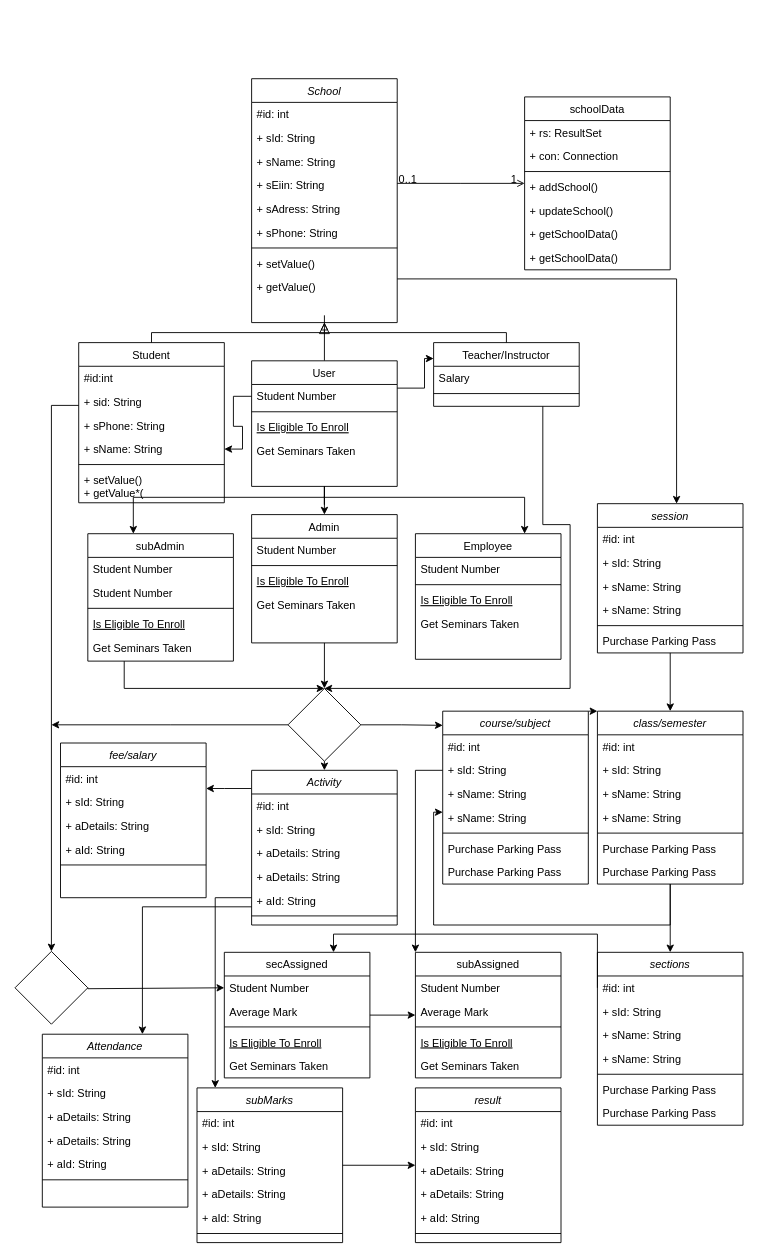
Before: Untitled Diagram.drawio in mffoysal/git-github, a draw.io diagram. Source tidied: cells renumbered, new cells numbered last; positions are measured from the earlier drawing's top-left corner, leaving out a move shared by most shapes. Both pictures are drawn from the tidied source at 91%, with x=0, y=0 at pixel (15, 78).
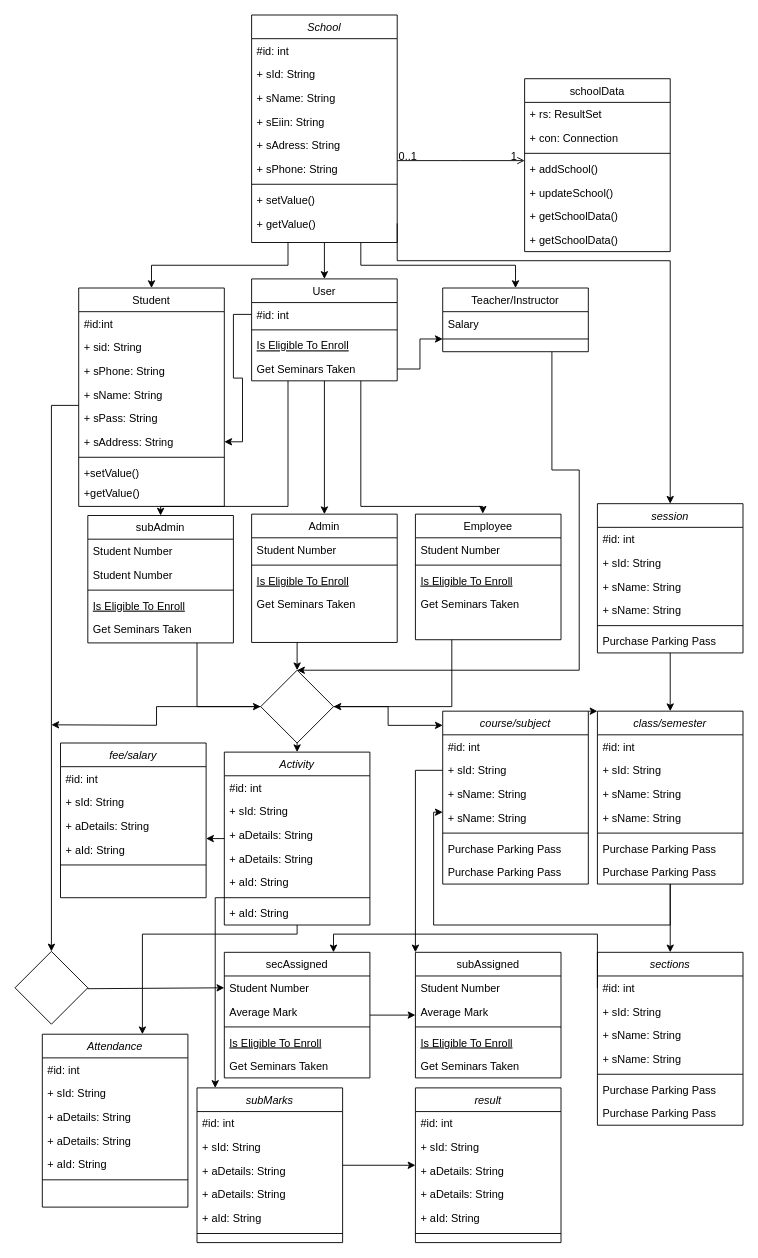
The same page after the edit.

Unchanged cells that the change refers to:
```xml
<mxCell id="12" value="+ getValue()" style="text;align=left;verticalAlign=top;spacingLeft=4;spacingRight=4;overflow=hidden;points=[[0,0.5],[1,0.5]];portConstraint=eastwest;" parent="3" vertex="1">
  <mxGeometry y="216" width="160" height="26" as="geometry" />
</mxCell>
<mxCell id="25" style="line;html=1;strokeWidth=1;align=left;verticalAlign=middle;spacingTop=-1;spacingLeft=3;spacingRight=3;labelPosition=right;points=[];portConstraint=eastwest;" parent="23" vertex="1">
  <mxGeometry y="52" width="160" height="8" as="geometry" />
</mxCell>
<mxCell id="47" value="Get Seminars Taken" style="text;align=left;verticalAlign=top;spacingLeft=4;spacingRight=4;overflow=hidden;points=[[0,0.5],[1,0.5]];portConstraint=eastwest;" parent="43" vertex="1">
  <mxGeometry y="86" width="160" height="26" as="geometry" />
</mxCell>
<mxCell id="68" value="session" style="swimlane;fontStyle=2;align=center;verticalAlign=top;horizontal=1;startSize=26;rounded=0;shadow=0;strokeWidth=1;" parent="1" vertex="1">
  <mxGeometry x="640" y="467" width="160" height="164" as="geometry" />
</mxCell>
<mxCell id="139" value="Attendance" style="swimlane;fontStyle=2;align=center;verticalAlign=top;horizontal=1;startSize=26;rounded=0;shadow=0;strokeWidth=1;" parent="1" vertex="1">
  <mxGeometry x="30" y="1050" width="160" height="190" as="geometry" />
</mxCell>
```

The edit, as a diff of the source:
```diff
@@
-    <mxCell id="2" style="edgeStyle=orthogonalEdgeStyle;rounded=0;jettySize=auto;html=1;" parent="1" edge="1" source="3" target="68">
-      <mxGeometry relative="1" as="geometry">
-        <Array as="points">
-          <mxPoint x="727" y="220" />
-        </Array>
-      </mxGeometry>
-    </mxCell>
+    <mxCell id="162" style="edgeStyle=orthogonalEdgeStyle;rounded=0;jettySize=auto;html=1;exitX=0.5;exitY=1;exitDx=0;exitDy=0;entryX=0.5;entryY=0;entryDx=0;entryDy=0;" parent="1" edge="1" source="3" target="43">
+      <mxGeometry relative="1" as="geometry" />
+    </mxCell>
+    <mxCell id="163" style="edgeStyle=orthogonalEdgeStyle;rounded=0;jettySize=auto;html=1;exitX=0.75;exitY=1;exitDx=0;exitDy=0;entryX=0.5;entryY=0;entryDx=0;entryDy=0;" parent="1" edge="1" source="3" target="23">
+      <mxGeometry relative="1" as="geometry" />
+    </mxCell>
+    <mxCell id="164" style="edgeStyle=orthogonalEdgeStyle;rounded=0;jettySize=auto;html=1;exitX=0.25;exitY=1;exitDx=0;exitDy=0;entryX=0.5;entryY=0;entryDx=0;entryDy=0;" parent="1" edge="1" source="3" target="14">
+      <mxGeometry relative="1" as="geometry" />
+    </mxCell>
     <mxCell id="3" value="School" style="swimlane;fontStyle=2;align=center;verticalAlign=top;horizontal=1;startSize=26;rounded=0;shadow=0;strokeWidth=1;" parent="1" vertex="1">
-      <mxGeometry x="260" width="160" height="268" as="geometry" />
+      <mxGeometry x="260" y="-70" width="160" height="250" as="geometry" />
     </mxCell>
@@
     <mxCell id="14" value="Student" style="swimlane;fontStyle=0;align=center;verticalAlign=top;horizontal=1;startSize=26;rounded=0;shadow=0;strokeWidth=1;" parent="1" vertex="1">
-      <mxGeometry x="70" y="290" width="160" height="176" as="geometry" />
+      <mxGeometry x="70" y="230" width="160" height="240" as="geometry" />
     </mxCell>
@@
+    <mxCell id="165" value="+ sName: String" style="text;align=left;verticalAlign=top;spacingLeft=4;spacingRight=4;overflow=hidden;rounded=0;shadow=0;html=0;" parent="14" vertex="1">
+      <mxGeometry y="104" width="160" height="26" as="geometry" />
+    </mxCell>
+    <mxCell id="166" value="+ sPass: String" style="text;align=left;verticalAlign=top;spacingLeft=4;spacingRight=4;overflow=hidden;rounded=0;shadow=0;html=0;" parent="14" vertex="1">
+      <mxGeometry y="130" width="160" height="26" as="geometry" />
+    </mxCell>
-    <mxCell id="18" value="+ sName: String" style="text;align=left;verticalAlign=top;spacingLeft=4;spacingRight=4;overflow=hidden;points=[[0,0.5],[1,0.5]];portConstraint=eastwest;rounded=0;shadow=0;html=0;" parent="14" vertex="1">
-      <mxGeometry y="104" width="160" height="26" as="geometry" />
+    <mxCell id="18" value="+ sAddress: String" style="text;align=left;verticalAlign=top;spacingLeft=4;spacingRight=4;overflow=hidden;points=[[0,0.5],[1,0.5]];portConstraint=eastwest;rounded=0;shadow=0;html=0;" parent="14" vertex="1">
+      <mxGeometry y="156" width="160" height="26" as="geometry" />
     </mxCell>
     <mxCell id="19" style="line;html=1;strokeWidth=1;align=left;verticalAlign=middle;spacingTop=-1;spacingLeft=3;spacingRight=3;labelPosition=right;" parent="14" vertex="1">
-      <mxGeometry y="130" width="160" height="8" as="geometry" />
+      <mxGeometry y="182" width="160" height="8" as="geometry" />
     </mxCell>
+    <mxCell id="167" value="+setValue()" style="text;align=left;verticalAlign=top;spacingLeft=4;spacingRight=4;overflow=hidden;" parent="14" vertex="1">
+      <mxGeometry y="190" width="160" height="22" as="geometry" />
+    </mxCell>
-    <mxCell id="20" value="+ setValue()&#10;+ getValue*(" style="text;align=left;verticalAlign=top;spacingLeft=4;spacingRight=4;overflow=hidden;" parent="14" vertex="1">
-      <mxGeometry y="138" width="160" height="38" as="geometry" />
+    <mxCell id="20" value="+getValue()" style="text;align=left;verticalAlign=top;spacingLeft=4;spacingRight=4;overflow=hidden;" parent="14" vertex="1">
+      <mxGeometry y="212" width="160" height="22" as="geometry" />
     </mxCell>
-    <mxCell id="21" style="endArrow=block;endSize=10;endFill=0;shadow=0;strokeWidth=1;rounded=0;edgeStyle=elbowEdgeStyle;elbow=vertical;" parent="1" edge="1" source="14" target="3">
-      <mxGeometry relative="1" as="geometry" />
-    </mxCell>
     <mxCell id="22" style="edgeStyle=orthogonalEdgeStyle;rounded=0;jettySize=auto;html=1;exitX=0.75;exitY=1;exitDx=0;exitDy=0;entryX=0.5;entryY=0;entryDx=0;entryDy=0;" parent="1" edge="1" source="23" target="132">
       <mxGeometry relative="1" as="geometry">
         <Array as="points">
-          <mxPoint x="580" y="490" />
-          <mxPoint x="610" y="490" />
-          <mxPoint x="610" y="670" />
+          <mxPoint x="590" y="430" />
+          <mxPoint x="620" y="430" />
+          <mxPoint x="620" y="650" />
         </Array>
       </mxGeometry>
     </mxCell>
     <mxCell id="23" value="Teacher/Instructor" style="swimlane;fontStyle=0;align=center;verticalAlign=top;horizontal=1;startSize=26;rounded=0;shadow=0;strokeWidth=1;" parent="1" vertex="1">
-      <mxGeometry x="460" y="290" width="160" height="70" as="geometry" />
+      <mxGeometry x="470" y="230" width="160" height="70" as="geometry" />
     </mxCell>
@@
-    <mxCell id="26" style="endArrow=block;endFill=0;shadow=0;strokeWidth=1;rounded=0;edgeStyle=elbowEdgeStyle;elbow=vertical;" parent="1" edge="1" source="23" target="3">
-      <mxGeometry relative="1" as="geometry" />
-    </mxCell>
     <mxCell id="27" value="schoolData" style="swimlane;fontStyle=0;align=center;verticalAlign=top;horizontal=1;startSize=26;rounded=0;shadow=0;strokeWidth=1;" parent="1" vertex="1">
-      <mxGeometry x="560" y="20" width="160" height="190" as="geometry" />
+      <mxGeometry x="560" width="160" height="190" as="geometry" />
     </mxCell>
@@
-    <mxCell id="38" style="endArrow=none;html=1;rounded=0;" parent="1" edge="1" source="43">
-      <mxGeometry relative="1" as="geometry">
-        <mxPoint x="340" y="260" as="targetPoint" />
-      </mxGeometry>
-    </mxCell>
-    <mxCell id="39" style="endArrow=none;html=1;rounded=0;" parent="1" edge="1" target="43">
-      <mxGeometry relative="1" as="geometry">
-        <mxPoint x="340" y="310" as="sourcePoint" />
-      </mxGeometry>
-    </mxCell>
+    <mxCell id="42" style="edgeStyle=orthogonalEdgeStyle;rounded=0;jettySize=auto;html=1;exitX=0.5;exitY=1;exitDx=0;exitDy=0;entryX=0.5;entryY=0;entryDx=0;entryDy=0;" parent="1" edge="1" source="43" target="61">
+      <mxGeometry relative="1" as="geometry" />
+    </mxCell>
-    <mxCell id="40" style="edgeStyle=orthogonalEdgeStyle;rounded=0;jettySize=auto;html=1;" parent="1" edge="1" source="43" target="48">
+    <mxCell id="40" style="edgeStyle=orthogonalEdgeStyle;rounded=0;jettySize=auto;html=1;exitX=0.75;exitY=1;exitDx=0;exitDy=0;entryX=0.463;entryY=-0.004;entryDx=0;entryDy=0;entryPerimeter=0;" parent="1" edge="1" source="43" target="48">
       <mxGeometry relative="1" as="geometry">
         <Array as="points">
-          <mxPoint x="340" y="460" />
-          <mxPoint x="560" y="460" />
+          <mxPoint x="380" y="470" />
+          <mxPoint x="514" y="470" />
         </Array>
       </mxGeometry>
     </mxCell>
-    <mxCell id="41" style="edgeStyle=orthogonalEdgeStyle;rounded=0;jettySize=auto;html=1;" parent="1" edge="1" source="43" target="54">
+    <mxCell id="41" style="edgeStyle=orthogonalEdgeStyle;rounded=0;jettySize=auto;html=1;exitX=0.25;exitY=1;exitDx=0;exitDy=0;" parent="1" edge="1" source="43" target="54">
       <mxGeometry relative="1" as="geometry">
         <Array as="points">
-          <mxPoint x="340" y="460" />
-          <mxPoint x="130" y="460" />
+          <mxPoint x="300" y="470" />
+          <mxPoint x="160" y="470" />
         </Array>
       </mxGeometry>
     </mxCell>
-    <mxCell id="42" style="edgeStyle=orthogonalEdgeStyle;rounded=0;jettySize=auto;html=1;" parent="1" edge="1" source="43" target="61">
-      <mxGeometry relative="1" as="geometry" />
-    </mxCell>
     <mxCell id="43" value="User" style="swimlane;fontStyle=0;align=center;verticalAlign=top;horizontal=1;startSize=26;rounded=0;shadow=0;strokeWidth=1;" parent="1" vertex="1">
-      <mxGeometry x="260" y="310" width="160" height="138" as="geometry" />
+      <mxGeometry x="260" y="220" width="160" height="112" as="geometry" />
     </mxCell>
-    <mxCell id="44" value="Student Number" style="text;align=left;verticalAlign=top;spacingLeft=4;spacingRight=4;overflow=hidden;points=[[0,0.5],[1,0.5]];portConstraint=eastwest;" parent="43" vertex="1">
+    <mxCell id="44" value="#id: int" style="text;align=left;verticalAlign=top;spacingLeft=4;spacingRight=4;overflow=hidden;points=[[0,0.5],[1,0.5]];portConstraint=eastwest;" parent="43" vertex="1">
       <mxGeometry y="26" width="160" height="26" as="geometry" />
     </mxCell>
@@
+    <mxCell id="168" style="edgeStyle=orthogonalEdgeStyle;rounded=0;jettySize=auto;html=1;exitX=0.25;exitY=1;exitDx=0;exitDy=0;entryX=1;entryY=0.5;entryDx=0;entryDy=0;" parent="1" edge="1" source="48" target="132">
+      <mxGeometry relative="1" as="geometry" />
+    </mxCell>
     <mxCell id="48" value="Employee" style="swimlane;fontStyle=0;align=center;verticalAlign=top;horizontal=1;startSize=26;rounded=0;shadow=0;strokeWidth=1;" parent="1" vertex="1">
-      <mxGeometry x="440" y="500" width="160" height="138" as="geometry" />
+      <mxGeometry x="440" y="478.5" width="160" height="138" as="geometry" />
     </mxCell>
@@
-    <mxCell id="53" style="edgeStyle=orthogonalEdgeStyle;rounded=0;jettySize=auto;html=1;exitX=0.25;exitY=1;exitDx=0;exitDy=0;" parent="1" edge="1" source="54" target="132">
-      <mxGeometry relative="1" as="geometry">
-        <Array as="points">
-          <mxPoint x="120" y="670" />
-        </Array>
-      </mxGeometry>
+    <mxCell id="53" style="edgeStyle=orthogonalEdgeStyle;rounded=0;jettySize=auto;html=1;exitX=0.75;exitY=1;exitDx=0;exitDy=0;entryX=0;entryY=0.5;entryDx=0;entryDy=0;" parent="1" edge="1" source="54" target="132">
+      <mxGeometry relative="1" as="geometry" />
     </mxCell>
     <mxCell id="54" value="subAdmin" style="swimlane;fontStyle=0;align=center;verticalAlign=top;horizontal=1;startSize=26;rounded=0;shadow=0;strokeWidth=1;" parent="1" vertex="1">
-      <mxGeometry x="80" y="500" width="160" height="140" as="geometry" />
+      <mxGeometry x="80" y="480" width="160" height="140" as="geometry" />
     </mxCell>
@@
     <mxCell id="60" style="edgeStyle=orthogonalEdgeStyle;rounded=0;jettySize=auto;html=1;" parent="1" edge="1" source="61" target="132">
-      <mxGeometry relative="1" as="geometry" />
+      <mxGeometry relative="1" as="geometry">
+        <Array as="points">
+          <mxPoint x="310" y="620" />
+          <mxPoint x="310" y="620" />
+        </Array>
+      </mxGeometry>
     </mxCell>
     <mxCell id="61" value="Admin" style="swimlane;fontStyle=0;align=center;verticalAlign=top;horizontal=1;startSize=26;rounded=0;shadow=0;strokeWidth=1;" parent="1" vertex="1">
-      <mxGeometry x="260" y="479" width="160" height="141" as="geometry" />
+      <mxGeometry x="260" y="478.5" width="160" height="141" as="geometry" />
     </mxCell>
@@
-    <mxCell id="66" style="edgeStyle=orthogonalEdgeStyle;rounded=0;jettySize=auto;html=1;entryX=0;entryY=0.25;entryDx=0;entryDy=0;" parent="1" edge="1" source="44" target="23">
-      <mxGeometry relative="1" as="geometry">
-        <Array as="points">
-          <mxPoint x="450" y="340" />
-          <mxPoint x="450" y="308" />
-        </Array>
-      </mxGeometry>
-    </mxCell>
@@
     <mxCell id="103" style="edgeStyle=orthogonalEdgeStyle;rounded=0;jettySize=auto;html=1;" parent="1" edge="1" source="105" target="139">
       <mxGeometry relative="1" as="geometry">
         <Array as="points">
-          <mxPoint x="140" y="910" />
+          <mxPoint x="310" y="940" />
+          <mxPoint x="140" y="940" />
         </Array>
       </mxGeometry>
     </mxCell>
@@
     <mxCell id="105" value="Activity" style="swimlane;fontStyle=2;align=center;verticalAlign=top;horizontal=1;startSize=26;rounded=0;shadow=0;strokeWidth=1;" parent="1" vertex="1">
-      <mxGeometry x="260" y="760" width="160" height="170" as="geometry" />
+      <mxGeometry x="230" y="740" width="160" height="190" as="geometry" />
     </mxCell>
@@
+    <mxCell id="169" value="+ aId: String" style="text;align=left;verticalAlign=top;spacingLeft=4;spacingRight=4;overflow=hidden;rounded=0;shadow=0;html=0;" parent="105" vertex="1">
+      <mxGeometry y="164" width="160" height="26" as="geometry" />
+    </mxCell>
@@
     <mxCell id="132" style="rhombus;whiteSpace=wrap;html=1;verticalAlign=top;fontStyle=0;startSize=26;rounded=0;shadow=0;strokeWidth=1;" parent="1" vertex="1">
-      <mxGeometry x="300" y="670" width="80" height="80" as="geometry" />
+      <mxGeometry x="270" y="650" width="80" height="80" as="geometry" />
     </mxCell>
@@
+    <mxCell id="170" style="edgeStyle=orthogonalEdgeStyle;rounded=0;jettySize=auto;html=1;exitX=1;exitY=0.5;exitDx=0;exitDy=0;entryX=0.5;entryY=0;entryDx=0;entryDy=0;" parent="1" edge="1" source="12" target="68">
+      <mxGeometry relative="1" as="geometry">
+        <Array as="points">
+          <mxPoint x="420" y="200" />
+          <mxPoint x="720" y="200" />
+        </Array>
+      </mxGeometry>
+    </mxCell>
+    <mxCell id="171" style="edgeStyle=orthogonalEdgeStyle;rounded=0;jettySize=auto;html=1;" parent="1" edge="1" source="47" target="25">
+      <mxGeometry relative="1" as="geometry" />
+    </mxCell>
```
